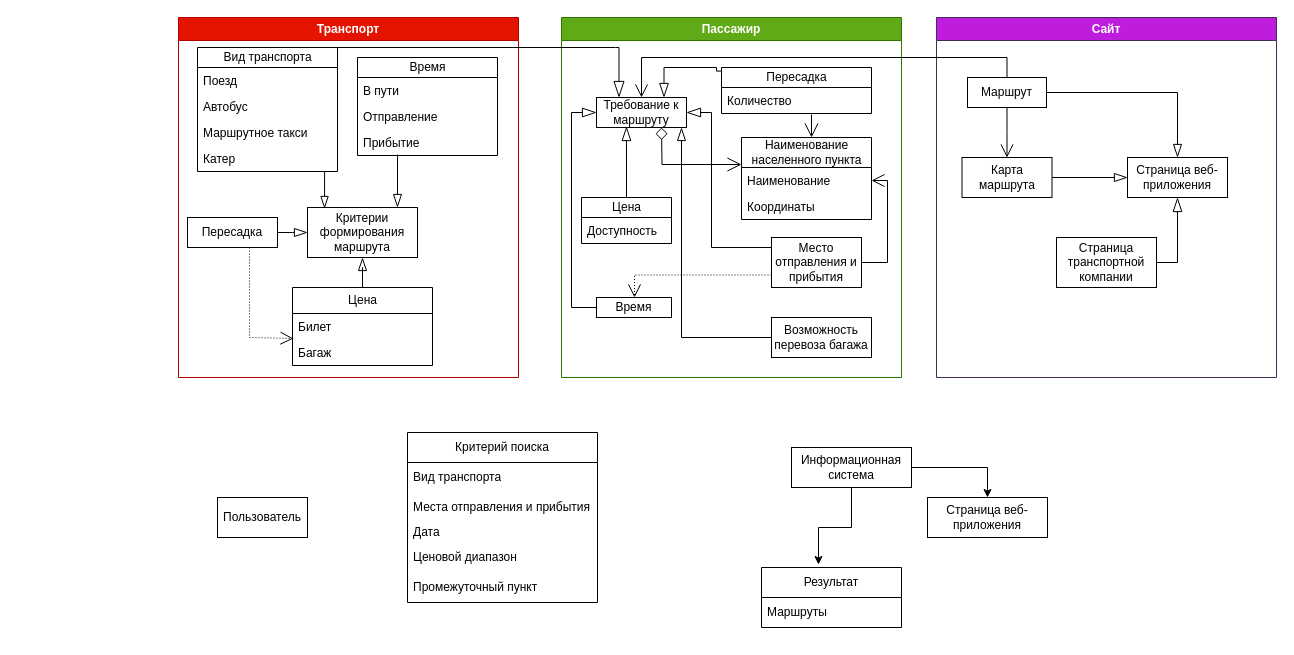
Earlier version of the draw.io diagram Диаграмма мпо.drawio (Anaastasiya/-). Source tidied: cells renumbered, new cells numbered last; positions are measured from the earlier drawing's top-left corner, leaving out a move shared by most shapes. Both pictures are drawn from the tidied source at 100%, with x=0, y=0 at pixel (178, 17).
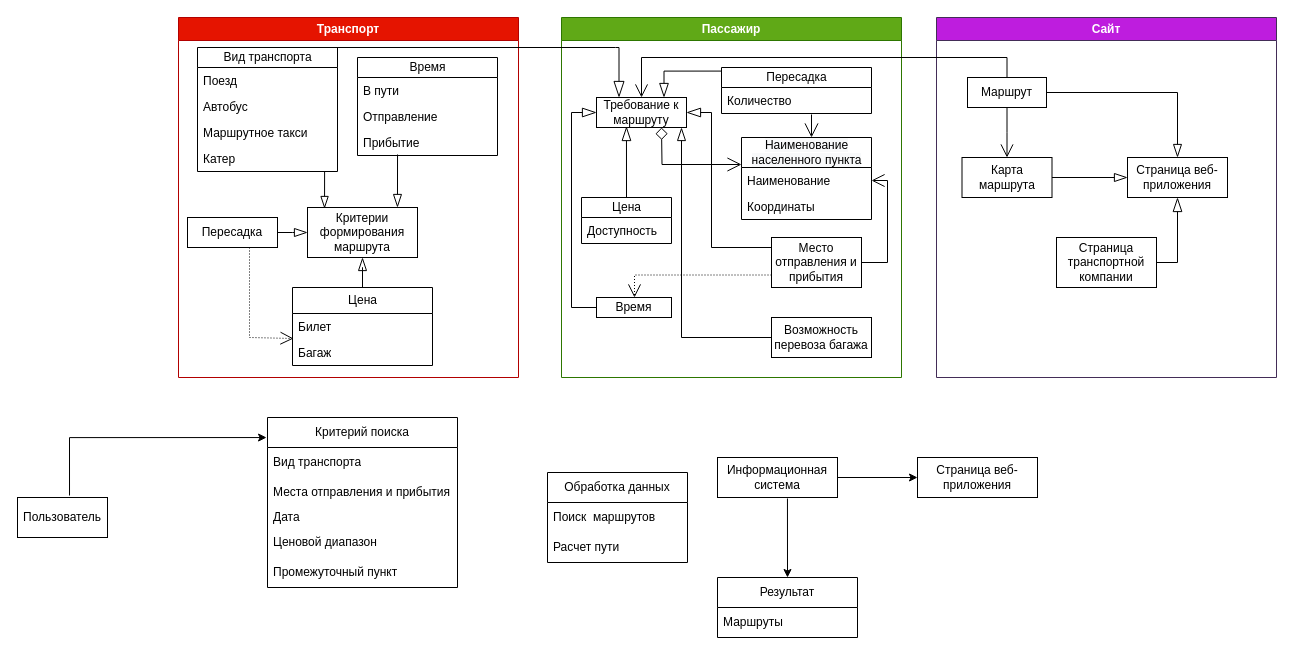
Above is the later version.

The change refers to these unchanged cells:
```xml
<mxCell id="23" value="Пассажир" style="swimlane;whiteSpace=wrap;html=1;fillColor=#60a917;strokeColor=#2D7600;fontColor=#ffffff;" parent="1" vertex="1">
  <mxGeometry x="383" width="340" height="360" as="geometry" />
</mxCell>
<mxCell id="26" value="Пересадка" style="swimlane;fontStyle=0;horizontal=1;startSize=20;fillColor=none;html=1;" parent="23" vertex="1">
  <mxGeometry x="160" y="50" width="150" height="46" as="geometry" />
</mxCell>
<mxCell id="37" value="Требование к маршруту" style="whiteSpace=wrap;html=1;align=center;newEdgeStyle={&quot;edgeStyle&quot;:&quot;elbowEdgeStyle&quot;,&quot;startArrow&quot;:&quot;none&quot;,&quot;endArrow&quot;:&quot;none&quot;};" parent="23" vertex="1">
  <mxGeometry x="35" y="80" width="90" height="30" as="geometry" />
</mxCell>
```

Diff of the diagram source:
```diff
@@
     <mxCell id="35" style="edgeStyle=orthogonalEdgeStyle;rounded=0;jettySize=auto;html=1;exitX=0.75;exitY=0;exitDx=0;exitDy=0;entryX=0;entryY=0.078;entryDx=0;entryDy=0;entryPerimeter=0;strokeWidth=1;startArrow=blockThin;startFill=0;endArrow=none;endFill=0;endSize=11;startSize=12;" parent="23" edge="1" source="37" target="26">
-      <mxGeometry relative="1" as="geometry" />
+      <mxGeometry relative="1" as="geometry">
+        <Array as="points">
+          <mxPoint x="103" y="54" />
+        </Array>
+      </mxGeometry>
     </mxCell>
@@
+    <mxCell id="68" style="edgeStyle=orthogonalEdgeStyle;rounded=0;jettySize=auto;html=1;entryX=-0.005;entryY=0.118;entryDx=0;entryDy=0;entryPerimeter=0;exitX=0.578;exitY=-0.05;exitDx=0;exitDy=0;exitPerimeter=0;" parent="1" edge="1" source="55" target="56">
+      <mxGeometry relative="1" as="geometry">
+        <Array as="points">
+          <mxPoint x="-109" y="420" />
+        </Array>
+      </mxGeometry>
+    </mxCell>
     <mxCell id="55" value="Пользователь" style="rounded=0;whiteSpace=wrap;html=1;" parent="1" vertex="1">
-      <mxGeometry x="39" y="480" width="90" height="40" as="geometry" />
+      <mxGeometry x="-161" y="480" width="90" height="40" as="geometry" />
     </mxCell>
     <mxCell id="56" value="Критерий поиска" style="swimlane;fontStyle=0;horizontal=1;startSize=30;whiteSpace=wrap;html=1;" parent="1" vertex="1">
-      <mxGeometry x="229" y="415" width="190" height="170" as="geometry" />
+      <mxGeometry x="89" y="400" width="190" height="170" as="geometry" />
     </mxCell>
@@
-    <mxCell id="62" style="edgeStyle=orthogonalEdgeStyle;rounded=0;jettySize=auto;html=1;entryX=0.407;entryY=-0.05;entryDx=0;entryDy=0;entryPerimeter=0;" parent="1" edge="1" source="64" target="66">
+    <mxCell id="62" style="edgeStyle=orthogonalEdgeStyle;rounded=0;jettySize=auto;html=1;entryX=0.5;entryY=0;entryDx=0;entryDy=0;exitX=0.583;exitY=1.025;exitDx=0;exitDy=0;exitPerimeter=0;" parent="1" edge="1" source="64" target="66">
       <mxGeometry relative="1" as="geometry" />
     </mxCell>
@@
     <mxCell id="64" value="Информационная система" style="rounded=0;whiteSpace=wrap;html=1;" parent="1" vertex="1">
-      <mxGeometry x="613" y="430" width="120" height="40" as="geometry" />
+      <mxGeometry x="539" y="440" width="120" height="40" as="geometry" />
     </mxCell>
     <mxCell id="65" value="Страница веб-приложения" style="rounded=0;whiteSpace=wrap;html=1;" parent="1" vertex="1">
-      <mxGeometry x="749" y="480" width="120" height="40" as="geometry" />
+      <mxGeometry x="739" y="440" width="120" height="40" as="geometry" />
     </mxCell>
     <mxCell id="66" value="Результат" style="swimlane;fontStyle=0;horizontal=1;startSize=30;whiteSpace=wrap;html=1;" parent="1" vertex="1">
-      <mxGeometry x="583" y="550" width="140" height="60" as="geometry" />
+      <mxGeometry x="539" y="560" width="140" height="60" as="geometry" />
     </mxCell>
@@
+    <mxCell id="69" value="Обработка данных" style="swimlane;fontStyle=0;horizontal=1;startSize=30;whiteSpace=wrap;html=1;" parent="1" vertex="1">
+      <mxGeometry x="369" y="455" width="140" height="90" as="geometry" />
+    </mxCell>
+    <mxCell id="70" value="Поиск&amp;nbsp; маршрутов" style="text;strokeColor=none;fillColor=none;align=left;verticalAlign=middle;spacingLeft=4;spacingRight=4;overflow=hidden;whiteSpace=wrap;html=1;" parent="69" vertex="1">
+      <mxGeometry y="30" width="140" height="30" as="geometry" />
+    </mxCell>
+    <mxCell id="71" value="Расчет пути" style="text;strokeColor=none;fillColor=none;align=left;verticalAlign=middle;spacingLeft=4;spacingRight=4;overflow=hidden;whiteSpace=wrap;html=1;" parent="69" vertex="1">
+      <mxGeometry y="60" width="140" height="30" as="geometry" />
+    </mxCell>
```
